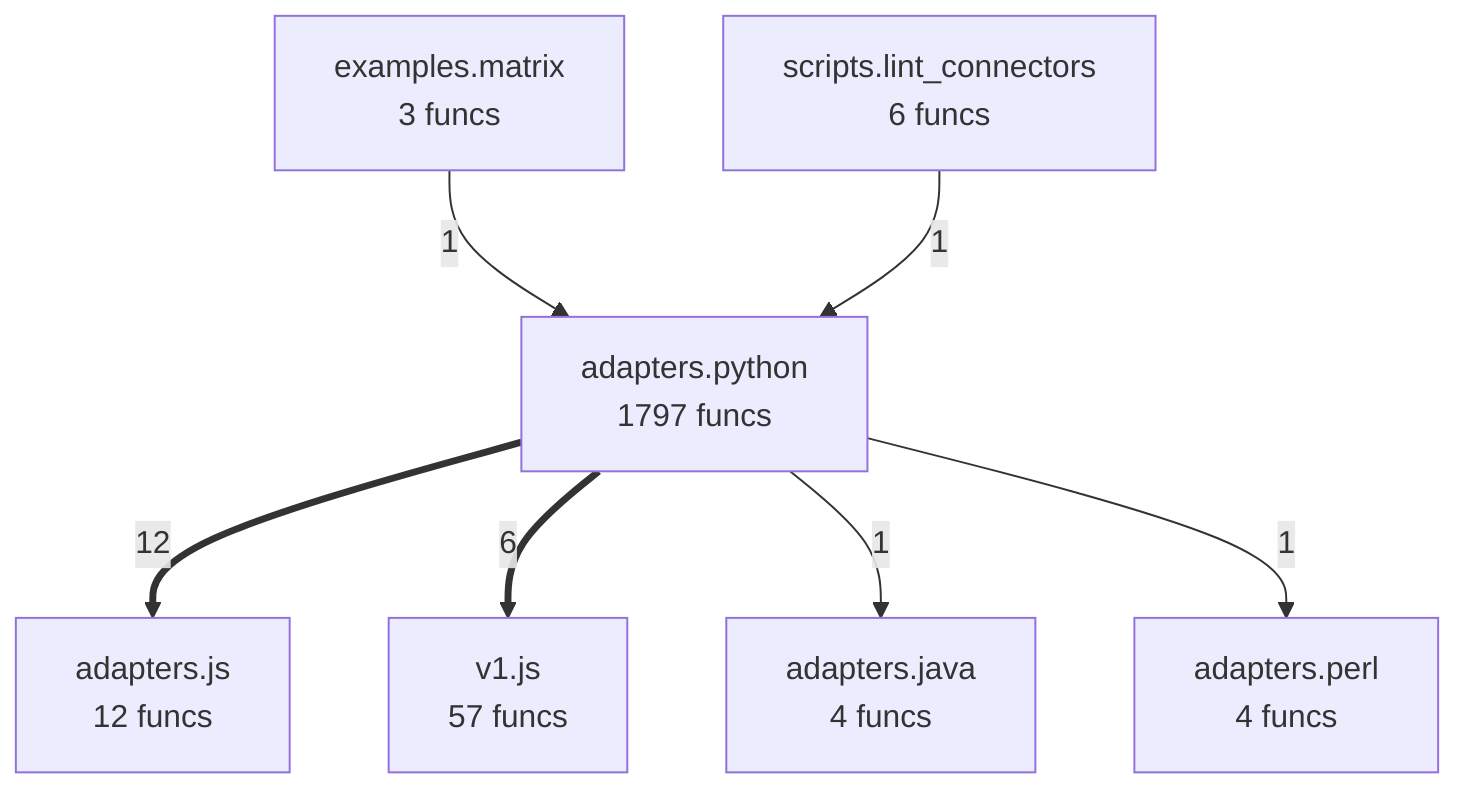
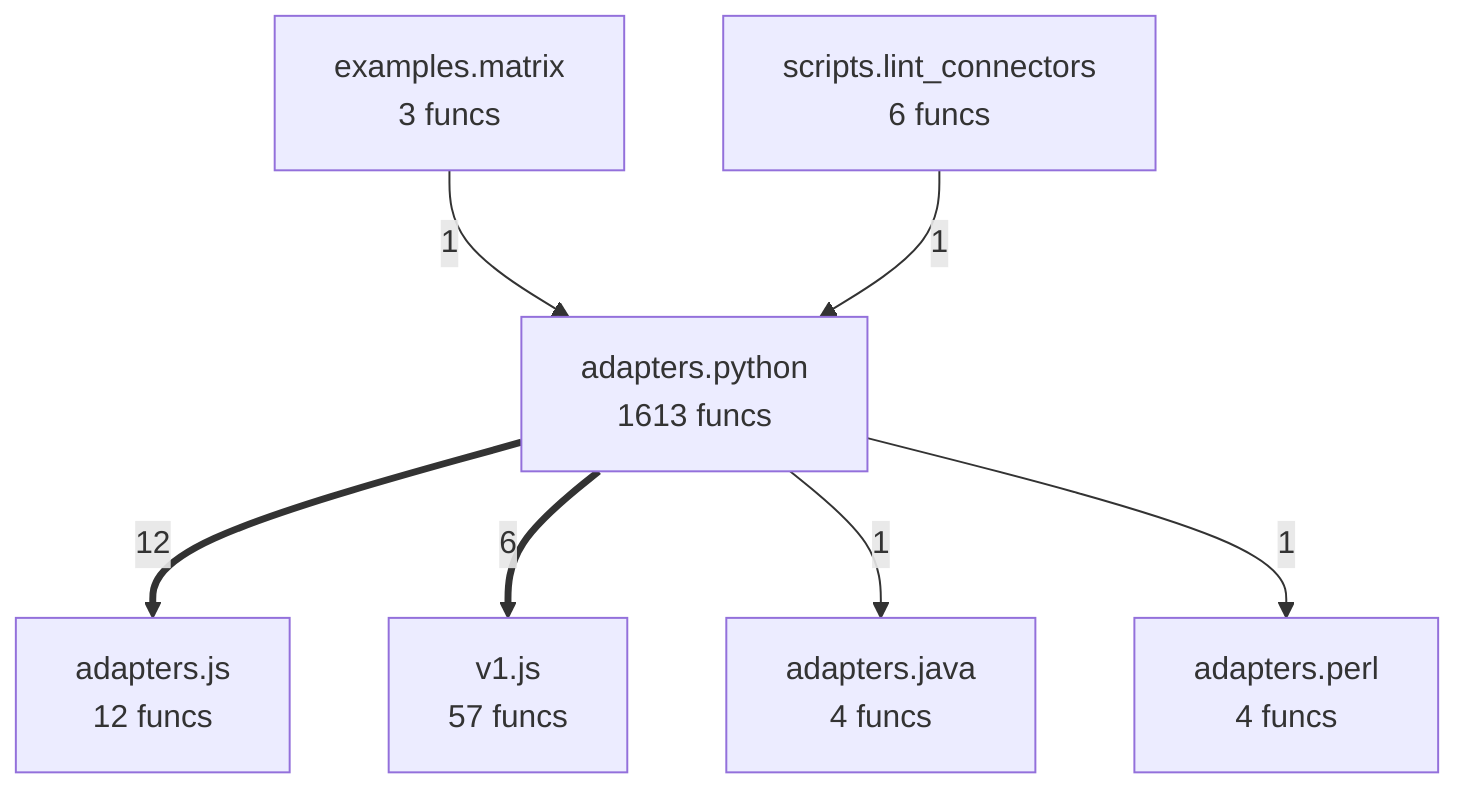
flowchart TD
- %% generated in 0.05s
+ %% generated in 0.04s
    adapters__java["adapters.java<br/>4 funcs"]
    adapters__js["adapters.js<br/>12 funcs"]
    adapters__perl["adapters.perl<br/>4 funcs"]
-     adapters__python["adapters.python<br/>1797 funcs"]
+     adapters__python["adapters.python<br/>1613 funcs"]
    examples__matrix["examples.matrix<br/>3 funcs"]
    scripts__lint_connectors["scripts.lint_connectors<br/>6 funcs"]
    v1__js["v1.js<br/>57 funcs"]
    adapters__python ==>|12| adapters__js
    adapters__python ==>|6| v1__js
    examples__matrix -->|1| adapters__python
    scripts__lint_connectors -->|1| adapters__python
    adapters__python -->|1| adapters__java
    adapters__python -->|1| adapters__perl
